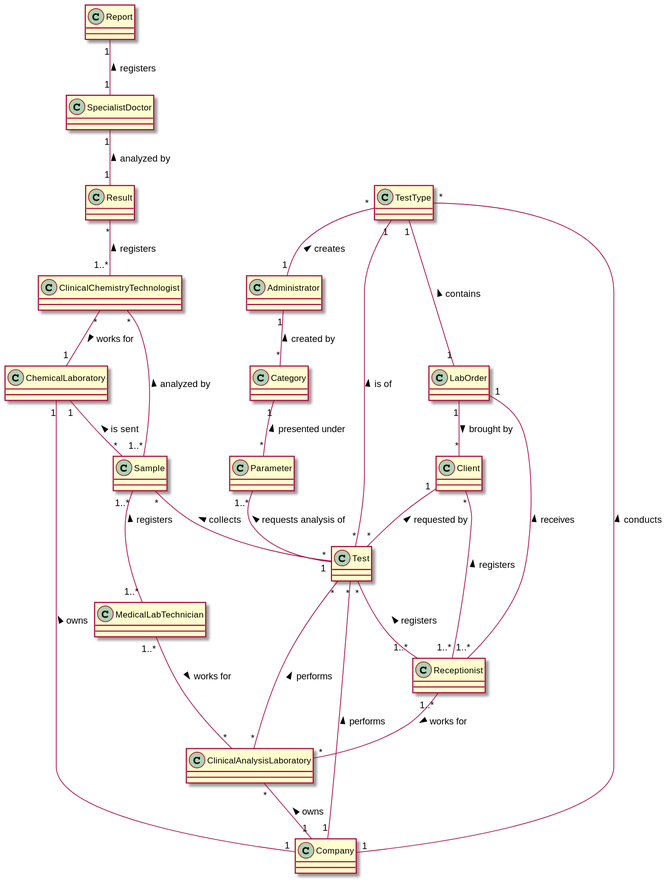
Before: docs/SprintA/DM.svg, a diagram exported from PlantUML (0franciscor/lei-21-s2-1de-g19). The source it was exported from:
```plantuml
@startuml

class Company
class ChemicalLaboratory
class ClinicalAnalysisLaboratory
class Administrator
class SpecialistDoctor
class ClinicalChemistryTechnologist
class MedicalLabTechnician
class Receptionist
class Client
class LabOrder
class Result
class Report
class Category
class Parameter
class TestType
class Test
class Sample


ChemicalLaboratory "1" -- "1" Company : < owns

ChemicalLaboratory "1" -- "*" Sample : < is sent

ClinicalAnalysisLaboratory "*" -- "1" Company : < owns

Administrator "1" -- "*" Category : < created by

SpecialistDoctor "1" -- "1" Result : < analyzed by

ClinicalChemistryTechnologist "*" -- "1" ChemicalLaboratory : > works for

ClinicalChemistryTechnologist "*" -- "1..*" Sample : < analyzed by

MedicalLabTechnician "1..*" -- "*" ClinicalAnalysisLaboratory : > works for

Receptionist "1..*" -- "*" ClinicalAnalysisLaboratory : > works for

Client "1" -- "*" Test : < requested by

Client "*" -- "1..*" Receptionist : < registers

LabOrder "1" -- "*" Client : > brought by

LabOrder "1" -- "1..*" Receptionist : < receives

Result "*" -- "1..*" ClinicalChemistryTechnologist : < registers

Report "1" -- "1" SpecialistDoctor : < registers

Category "1" -- "*" Parameter : < presented under

Parameter "1..*" -- "*" Test : < requests analysis of

TestType "*" -- "1" Company : < conducts

TestType "1" -- "*" Test: < is of

TestType "*" -- "1" Administrator : < creates

TestType "1" -- "1" LabOrder : < contains

Test "*" -- "1" Company : < performs

Test "*" -- "*" ClinicalAnalysisLaboratory : < performs

Test "*" -- "1..*" Receptionist : < registers

Sample "*" -- "1" Test : < collects

Sample "1..*" -- "1..*" MedicalLabTechnician : < registers

@enduml
```
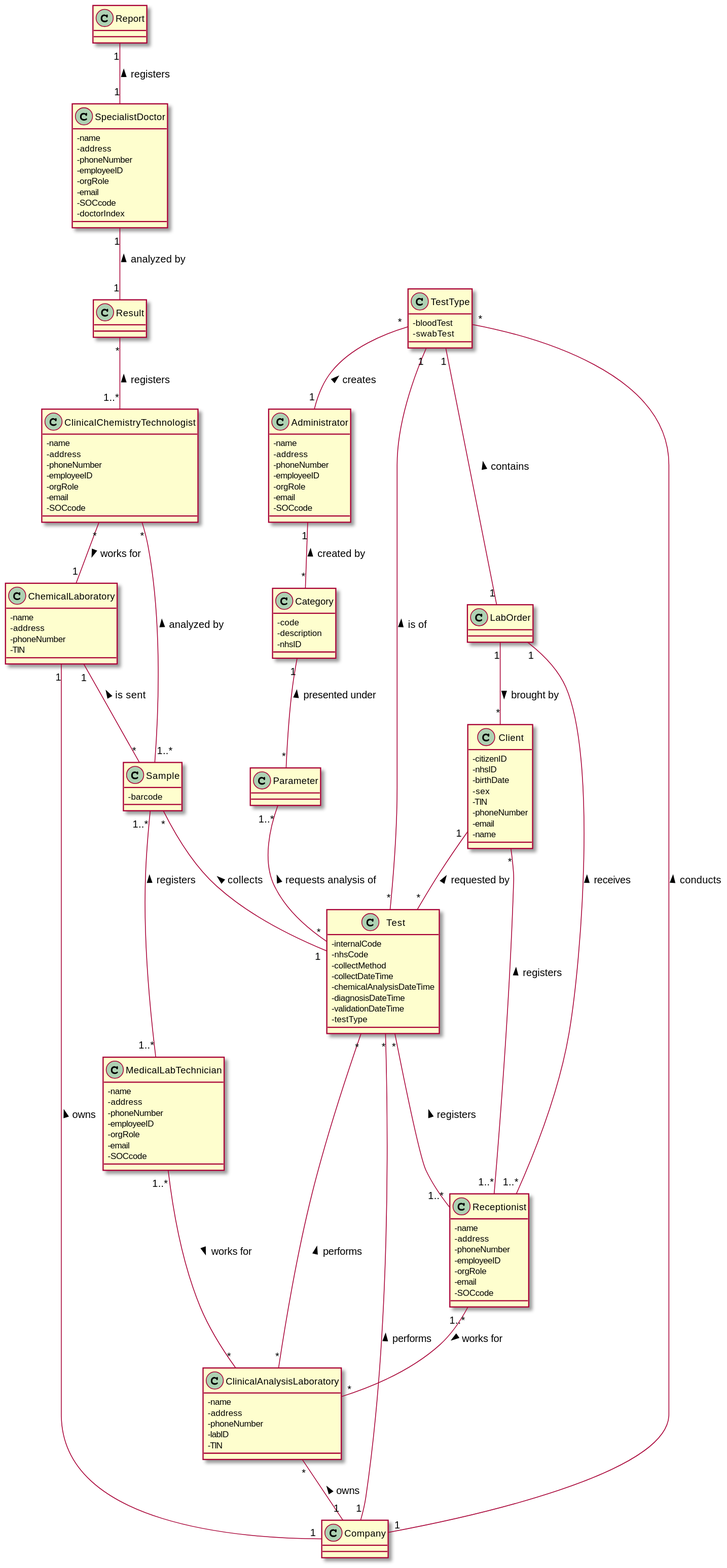
After the change.

Commit message:
Acréscimo de atributos ao diagrama do Domain Model

Diff of the diagram source:
```diff
@@ -71,4 +71,134 @@
 
 Sample "1..*" -- "1..*" MedicalLabTechnician : < registers
 
+skinparam classAttributeIconSize 0
+
+class Company{
+}
+
+class ChemicalLaboratory{
+-name
+-address
+-phoneNumber
+-TIN
+}
+
+class ClinicalAnalysisLaboratory{
+-name
+-address
+-phoneNumber
+-labID
+-TIN
+}
+
+class Administrator{
+-name
+-address
+-phoneNumber
+-employeeID
+-orgRole
+-email
+-SOCcode
+}
+
+class SpecialistDoctor{
+-name
+-address
+-phoneNumber
+-employeeID
+-orgRole
+-email
+-SOCcode
+-doctorIndex
+}
+
+class ClinicalChemistryTechnologist{
+-name
+-address
+-phoneNumber
+-employeeID
+-orgRole
+-email
+-SOCcode
+}
+
+class MedicalLabTechnician{
+-name
+-address
+-phoneNumber
+-employeeID
+-orgRole
+-email
+-SOCcode
+}
+
+class Receptionist{
+-name
+-address
+-phoneNumber
+-employeeID
+-orgRole
+-email
+-SOCcode
+}
+
+class Client{
+-citizenID
+-nhsID
+-birthDate
+-sex
+-TIN
+-phoneNumber
+-email
+-name
+}
+
+class LabOrder{
+
+
+}
+
+class Result{
+
+
+}
+
+class Report{
+
+
+}
+
+
+class Category{
+-code
+-description
+-nhsID
+}
+
+class Parameter{
+
+
+}
+
+class TestType{
+-bloodTest
+-swabTest
+
+}
+
+class Test{
+-internalCode
+-nhsCode
+-collectMethod
+-collectDateTime
+-chemicalAnalysisDateTime
+-diagnosisDateTime
+-validationDateTime
+-testType
+}
+
+class Sample{
+-barcode
+}
+
 @enduml
```
